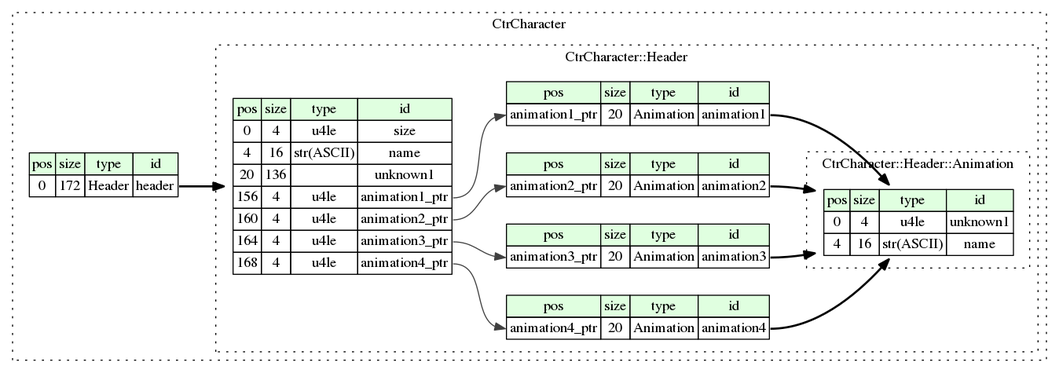
The Graphviz diagram graphviz/ctr_character.png in tatref/libctr, before a commit. Its source is kept beside it as graphviz/ctr_character.dot. Source of this version:
```dot
digraph {
	rankdir=LR;
	node [shape=plaintext];
	subgraph cluster__ctr_character {
		label="CtrCharacter";
		graph[style=dotted];

		ctr_character__seq [label=<<TABLE BORDER="0" CELLBORDER="1" CELLSPACING="0">
			<TR><TD BGCOLOR="#E0FFE0">pos</TD><TD BGCOLOR="#E0FFE0">size</TD><TD BGCOLOR="#E0FFE0">type</TD><TD BGCOLOR="#E0FFE0">id</TD></TR>
			<TR><TD PORT="header_pos">0</TD><TD PORT="header_size">172</TD><TD>Header</TD><TD PORT="header_type">header</TD></TR>
		</TABLE>>];
		subgraph cluster__header {
			label="CtrCharacter::Header";
			graph[style=dotted];

			header__seq [label=<<TABLE BORDER="0" CELLBORDER="1" CELLSPACING="0">
				<TR><TD BGCOLOR="#E0FFE0">pos</TD><TD BGCOLOR="#E0FFE0">size</TD><TD BGCOLOR="#E0FFE0">type</TD><TD BGCOLOR="#E0FFE0">id</TD></TR>
				<TR><TD PORT="size_pos">0</TD><TD PORT="size_size">4</TD><TD>u4le</TD><TD PORT="size_type">size</TD></TR>
				<TR><TD PORT="name_pos">4</TD><TD PORT="name_size">16</TD><TD>str(ASCII)</TD><TD PORT="name_type">name</TD></TR>
				<TR><TD PORT="unknown1_pos">20</TD><TD PORT="unknown1_size">136</TD><TD></TD><TD PORT="unknown1_type">unknown1</TD></TR>
				<TR><TD PORT="animation1_ptr_pos">156</TD><TD PORT="animation1_ptr_size">4</TD><TD>u4le</TD><TD PORT="animation1_ptr_type">animation1_ptr</TD></TR>
				<TR><TD PORT="animation2_ptr_pos">160</TD><TD PORT="animation2_ptr_size">4</TD><TD>u4le</TD><TD PORT="animation2_ptr_type">animation2_ptr</TD></TR>
				<TR><TD PORT="animation3_ptr_pos">164</TD><TD PORT="animation3_ptr_size">4</TD><TD>u4le</TD><TD PORT="animation3_ptr_type">animation3_ptr</TD></TR>
				<TR><TD PORT="animation4_ptr_pos">168</TD><TD PORT="animation4_ptr_size">4</TD><TD>u4le</TD><TD PORT="animation4_ptr_type">animation4_ptr</TD></TR>
			</TABLE>>];
			header__inst__animation1 [label=<<TABLE BORDER="0" CELLBORDER="1" CELLSPACING="0">
				<TR><TD BGCOLOR="#E0FFE0">pos</TD><TD BGCOLOR="#E0FFE0">size</TD><TD BGCOLOR="#E0FFE0">type</TD><TD BGCOLOR="#E0FFE0">id</TD></TR>
				<TR><TD PORT="animation1_pos">animation1_ptr</TD><TD PORT="animation1_size">20</TD><TD>Animation</TD><TD PORT="animation1_type">animation1</TD></TR>
			</TABLE>>];
			header__inst__animation2 [label=<<TABLE BORDER="0" CELLBORDER="1" CELLSPACING="0">
				<TR><TD BGCOLOR="#E0FFE0">pos</TD><TD BGCOLOR="#E0FFE0">size</TD><TD BGCOLOR="#E0FFE0">type</TD><TD BGCOLOR="#E0FFE0">id</TD></TR>
				<TR><TD PORT="animation2_pos">animation2_ptr</TD><TD PORT="animation2_size">20</TD><TD>Animation</TD><TD PORT="animation2_type">animation2</TD></TR>
			</TABLE>>];
			header__inst__animation3 [label=<<TABLE BORDER="0" CELLBORDER="1" CELLSPACING="0">
				<TR><TD BGCOLOR="#E0FFE0">pos</TD><TD BGCOLOR="#E0FFE0">size</TD><TD BGCOLOR="#E0FFE0">type</TD><TD BGCOLOR="#E0FFE0">id</TD></TR>
				<TR><TD PORT="animation3_pos">animation3_ptr</TD><TD PORT="animation3_size">20</TD><TD>Animation</TD><TD PORT="animation3_type">animation3</TD></TR>
			</TABLE>>];
			header__inst__animation4 [label=<<TABLE BORDER="0" CELLBORDER="1" CELLSPACING="0">
				<TR><TD BGCOLOR="#E0FFE0">pos</TD><TD BGCOLOR="#E0FFE0">size</TD><TD BGCOLOR="#E0FFE0">type</TD><TD BGCOLOR="#E0FFE0">id</TD></TR>
				<TR><TD PORT="animation4_pos">animation4_ptr</TD><TD PORT="animation4_size">20</TD><TD>Animation</TD><TD PORT="animation4_type">animation4</TD></TR>
			</TABLE>>];
			subgraph cluster__animation {
				label="CtrCharacter::Header::Animation";
				graph[style=dotted];

				animation__seq [label=<<TABLE BORDER="0" CELLBORDER="1" CELLSPACING="0">
					<TR><TD BGCOLOR="#E0FFE0">pos</TD><TD BGCOLOR="#E0FFE0">size</TD><TD BGCOLOR="#E0FFE0">type</TD><TD BGCOLOR="#E0FFE0">id</TD></TR>
					<TR><TD PORT="unknown1_pos">0</TD><TD PORT="unknown1_size">4</TD><TD>u4le</TD><TD PORT="unknown1_type">unknown1</TD></TR>
					<TR><TD PORT="name_pos">4</TD><TD PORT="name_size">16</TD><TD>str(ASCII)</TD><TD PORT="name_type">name</TD></TR>
				</TABLE>>];
			}
		}
	}
	ctr_character__seq:header_type -> header__seq [style=bold];
	header__seq:animation1_ptr_type -> header__inst__animation1:animation1_pos [color="#404040"];
	header__inst__animation1:animation1_type -> animation__seq [style=bold];
	header__seq:animation2_ptr_type -> header__inst__animation2:animation2_pos [color="#404040"];
	header__inst__animation2:animation2_type -> animation__seq [style=bold];
	header__seq:animation3_ptr_type -> header__inst__animation3:animation3_pos [color="#404040"];
	header__inst__animation3:animation3_type -> animation__seq [style=bold];
	header__seq:animation4_ptr_type -> header__inst__animation4:animation4_pos [color="#404040"];
	header__inst__animation4:animation4_type -> animation__seq [style=bold];
}
```
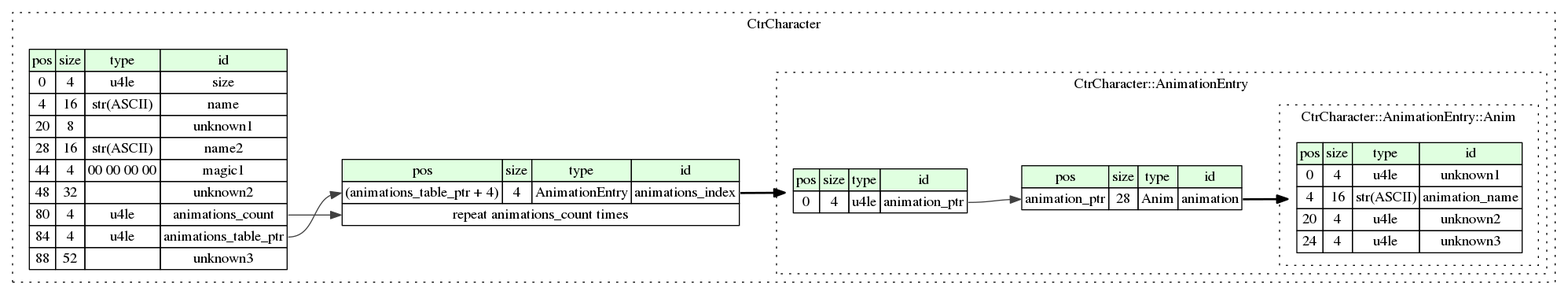
After the commit.

Commit message:
animations pointers OK for all characters

Change to the diagram source:
```diff
@@ -7,57 +7,50 @@
 
 		ctr_character__seq [label=<<TABLE BORDER="0" CELLBORDER="1" CELLSPACING="0">
 			<TR><TD BGCOLOR="#E0FFE0">pos</TD><TD BGCOLOR="#E0FFE0">size</TD><TD BGCOLOR="#E0FFE0">type</TD><TD BGCOLOR="#E0FFE0">id</TD></TR>
-			<TR><TD PORT="header_pos">0</TD><TD PORT="header_size">172</TD><TD>Header</TD><TD PORT="header_type">header</TD></TR>
+			<TR><TD PORT="size_pos">0</TD><TD PORT="size_size">4</TD><TD>u4le</TD><TD PORT="size_type">size</TD></TR>
+			<TR><TD PORT="name_pos">4</TD><TD PORT="name_size">16</TD><TD>str(ASCII)</TD><TD PORT="name_type">name</TD></TR>
+			<TR><TD PORT="unknown1_pos">20</TD><TD PORT="unknown1_size">8</TD><TD></TD><TD PORT="unknown1_type">unknown1</TD></TR>
+			<TR><TD PORT="name2_pos">28</TD><TD PORT="name2_size">16</TD><TD>str(ASCII)</TD><TD PORT="name2_type">name2</TD></TR>
+			<TR><TD PORT="magic1_pos">44</TD><TD PORT="magic1_size">4</TD><TD>00 00 00 00</TD><TD PORT="magic1_type">magic1</TD></TR>
+			<TR><TD PORT="unknown2_pos">48</TD><TD PORT="unknown2_size">32</TD><TD></TD><TD PORT="unknown2_type">unknown2</TD></TR>
+			<TR><TD PORT="animations_count_pos">80</TD><TD PORT="animations_count_size">4</TD><TD>u4le</TD><TD PORT="animations_count_type">animations_count</TD></TR>
+			<TR><TD PORT="animations_table_ptr_pos">84</TD><TD PORT="animations_table_ptr_size">4</TD><TD>u4le</TD><TD PORT="animations_table_ptr_type">animations_table_ptr</TD></TR>
+			<TR><TD PORT="unknown3_pos">88</TD><TD PORT="unknown3_size">52</TD><TD></TD><TD PORT="unknown3_type">unknown3</TD></TR>
 		</TABLE>>];
-		subgraph cluster__header {
-			label="CtrCharacter::Header";
+		ctr_character__inst__animations_index [label=<<TABLE BORDER="0" CELLBORDER="1" CELLSPACING="0">
+			<TR><TD BGCOLOR="#E0FFE0">pos</TD><TD BGCOLOR="#E0FFE0">size</TD><TD BGCOLOR="#E0FFE0">type</TD><TD BGCOLOR="#E0FFE0">id</TD></TR>
+			<TR><TD PORT="animations_index_pos">(animations_table_ptr + 4)</TD><TD PORT="animations_index_size">4</TD><TD>AnimationEntry</TD><TD PORT="animations_index_type">animations_index</TD></TR>
+			<TR><TD COLSPAN="4" PORT="animations_index__repeat">repeat animations_count times</TD></TR>
+		</TABLE>>];
+		subgraph cluster__animation_entry {
+			label="CtrCharacter::AnimationEntry";
 			graph[style=dotted];
 
-			header__seq [label=<<TABLE BORDER="0" CELLBORDER="1" CELLSPACING="0">
+			animation_entry__seq [label=<<TABLE BORDER="0" CELLBORDER="1" CELLSPACING="0">
 				<TR><TD BGCOLOR="#E0FFE0">pos</TD><TD BGCOLOR="#E0FFE0">size</TD><TD BGCOLOR="#E0FFE0">type</TD><TD BGCOLOR="#E0FFE0">id</TD></TR>
-				<TR><TD PORT="size_pos">0</TD><TD PORT="size_size">4</TD><TD>u4le</TD><TD PORT="size_type">size</TD></TR>
-				<TR><TD PORT="name_pos">4</TD><TD PORT="name_size">16</TD><TD>str(ASCII)</TD><TD PORT="name_type">name</TD></TR>
-				<TR><TD PORT="unknown1_pos">20</TD><TD PORT="unknown1_size">136</TD><TD></TD><TD PORT="unknown1_type">unknown1</TD></TR>
-				<TR><TD PORT="animation1_ptr_pos">156</TD><TD PORT="animation1_ptr_size">4</TD><TD>u4le</TD><TD PORT="animation1_ptr_type">animation1_ptr</TD></TR>
-				<TR><TD PORT="animation2_ptr_pos">160</TD><TD PORT="animation2_ptr_size">4</TD><TD>u4le</TD><TD PORT="animation2_ptr_type">animation2_ptr</TD></TR>
-				<TR><TD PORT="animation3_ptr_pos">164</TD><TD PORT="animation3_ptr_size">4</TD><TD>u4le</TD><TD PORT="animation3_ptr_type">animation3_ptr</TD></TR>
-				<TR><TD PORT="animation4_ptr_pos">168</TD><TD PORT="animation4_ptr_size">4</TD><TD>u4le</TD><TD PORT="animation4_ptr_type">animation4_ptr</TD></TR>
+				<TR><TD PORT="animation_ptr_pos">0</TD><TD PORT="animation_ptr_size">4</TD><TD>u4le</TD><TD PORT="animation_ptr_type">animation_ptr</TD></TR>
 			</TABLE>>];
-			header__inst__animation1 [label=<<TABLE BORDER="0" CELLBORDER="1" CELLSPACING="0">
+			animation_entry__inst__animation [label=<<TABLE BORDER="0" CELLBORDER="1" CELLSPACING="0">
 				<TR><TD BGCOLOR="#E0FFE0">pos</TD><TD BGCOLOR="#E0FFE0">size</TD><TD BGCOLOR="#E0FFE0">type</TD><TD BGCOLOR="#E0FFE0">id</TD></TR>
-				<TR><TD PORT="animation1_pos">animation1_ptr</TD><TD PORT="animation1_size">20</TD><TD>Animation</TD><TD PORT="animation1_type">animation1</TD></TR>
+				<TR><TD PORT="animation_pos">animation_ptr</TD><TD PORT="animation_size">28</TD><TD>Anim</TD><TD PORT="animation_type">animation</TD></TR>
 			</TABLE>>];
-			header__inst__animation2 [label=<<TABLE BORDER="0" CELLBORDER="1" CELLSPACING="0">
-				<TR><TD BGCOLOR="#E0FFE0">pos</TD><TD BGCOLOR="#E0FFE0">size</TD><TD BGCOLOR="#E0FFE0">type</TD><TD BGCOLOR="#E0FFE0">id</TD></TR>
-				<TR><TD PORT="animation2_pos">animation2_ptr</TD><TD PORT="animation2_size">20</TD><TD>Animation</TD><TD PORT="animation2_type">animation2</TD></TR>
-			</TABLE>>];
-			header__inst__animation3 [label=<<TABLE BORDER="0" CELLBORDER="1" CELLSPACING="0">
-				<TR><TD BGCOLOR="#E0FFE0">pos</TD><TD BGCOLOR="#E0FFE0">size</TD><TD BGCOLOR="#E0FFE0">type</TD><TD BGCOLOR="#E0FFE0">id</TD></TR>
-				<TR><TD PORT="animation3_pos">animation3_ptr</TD><TD PORT="animation3_size">20</TD><TD>Animation</TD><TD PORT="animation3_type">animation3</TD></TR>
-			</TABLE>>];
-			header__inst__animation4 [label=<<TABLE BORDER="0" CELLBORDER="1" CELLSPACING="0">
-				<TR><TD BGCOLOR="#E0FFE0">pos</TD><TD BGCOLOR="#E0FFE0">size</TD><TD BGCOLOR="#E0FFE0">type</TD><TD BGCOLOR="#E0FFE0">id</TD></TR>
-				<TR><TD PORT="animation4_pos">animation4_ptr</TD><TD PORT="animation4_size">20</TD><TD>Animation</TD><TD PORT="animation4_type">animation4</TD></TR>
-			</TABLE>>];
-			subgraph cluster__animation {
-				label="CtrCharacter::Header::Animation";
+			subgraph cluster__anim {
+				label="CtrCharacter::AnimationEntry::Anim";
 				graph[style=dotted];
 
-				animation__seq [label=<<TABLE BORDER="0" CELLBORDER="1" CELLSPACING="0">
+				anim__seq [label=<<TABLE BORDER="0" CELLBORDER="1" CELLSPACING="0">
 					<TR><TD BGCOLOR="#E0FFE0">pos</TD><TD BGCOLOR="#E0FFE0">size</TD><TD BGCOLOR="#E0FFE0">type</TD><TD BGCOLOR="#E0FFE0">id</TD></TR>
 					<TR><TD PORT="unknown1_pos">0</TD><TD PORT="unknown1_size">4</TD><TD>u4le</TD><TD PORT="unknown1_type">unknown1</TD></TR>
-					<TR><TD PORT="name_pos">4</TD><TD PORT="name_size">16</TD><TD>str(ASCII)</TD><TD PORT="name_type">name</TD></TR>
+					<TR><TD PORT="animation_name_pos">4</TD><TD PORT="animation_name_size">16</TD><TD>str(ASCII)</TD><TD PORT="animation_name_type">animation_name</TD></TR>
+					<TR><TD PORT="unknown2_pos">20</TD><TD PORT="unknown2_size">4</TD><TD>u4le</TD><TD PORT="unknown2_type">unknown2</TD></TR>
+					<TR><TD PORT="unknown3_pos">24</TD><TD PORT="unknown3_size">4</TD><TD>u4le</TD><TD PORT="unknown3_type">unknown3</TD></TR>
 				</TABLE>>];
 			}
 		}
 	}
-	ctr_character__seq:header_type -> header__seq [style=bold];
-	header__seq:animation1_ptr_type -> header__inst__animation1:animation1_pos [color="#404040"];
-	header__inst__animation1:animation1_type -> animation__seq [style=bold];
-	header__seq:animation2_ptr_type -> header__inst__animation2:animation2_pos [color="#404040"];
-	header__inst__animation2:animation2_type -> animation__seq [style=bold];
-	header__seq:animation3_ptr_type -> header__inst__animation3:animation3_pos [color="#404040"];
-	header__inst__animation3:animation3_type -> animation__seq [style=bold];
-	header__seq:animation4_ptr_type -> header__inst__animation4:animation4_pos [color="#404040"];
-	header__inst__animation4:animation4_type -> animation__seq [style=bold];
+	ctr_character__seq:animations_table_ptr_type -> ctr_character__inst__animations_index:animations_index_pos [color="#404040"];
+	ctr_character__inst__animations_index:animations_index_type -> animation_entry__seq [style=bold];
+	ctr_character__seq:animations_count_type -> ctr_character__inst__animations_index:animations_index__repeat [color="#404040"];
+	animation_entry__seq:animation_ptr_type -> animation_entry__inst__animation:animation_pos [color="#404040"];
+	animation_entry__inst__animation:animation_type -> anim__seq [style=bold];
 }
```
